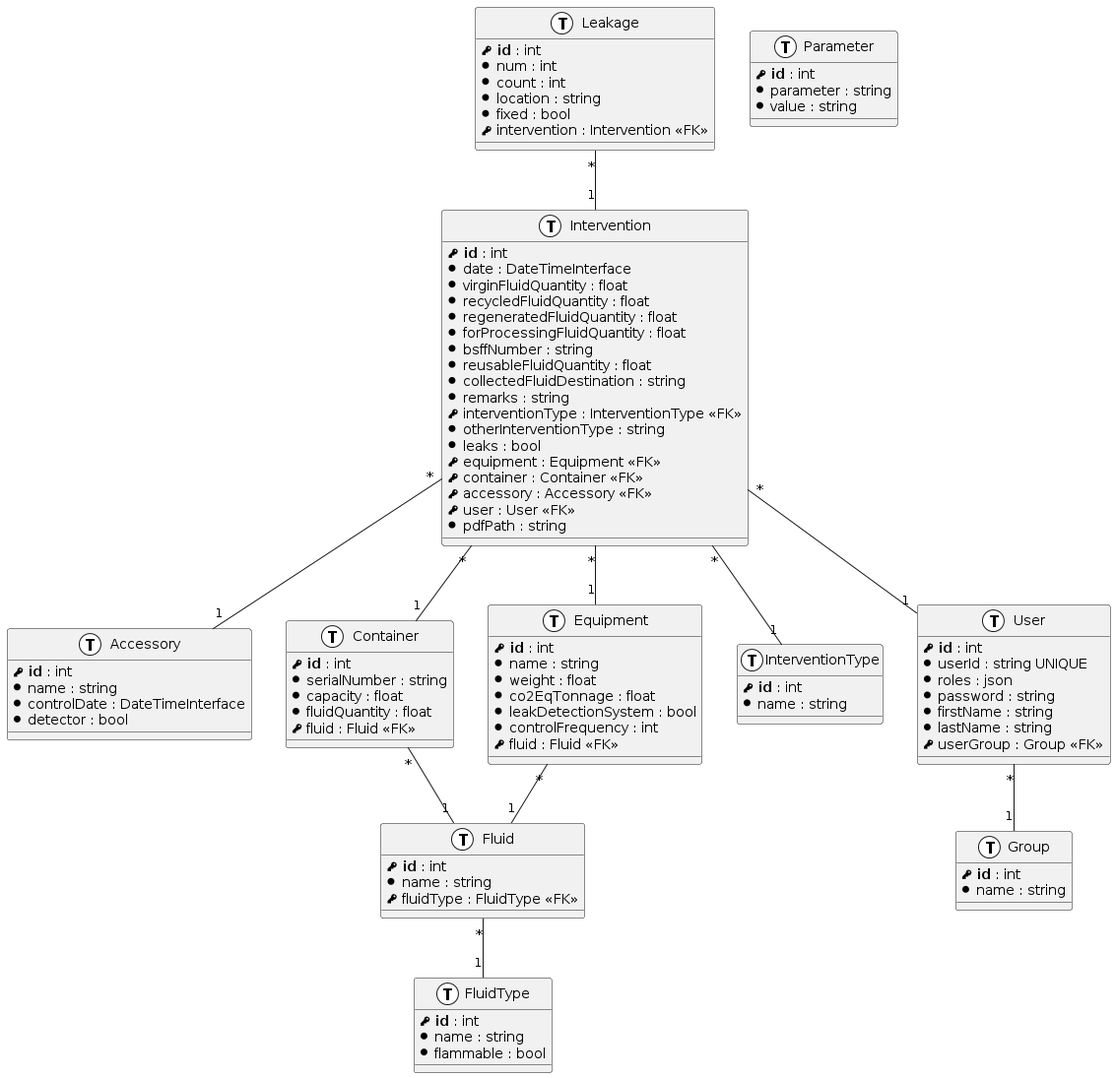
teegre/symplant keeps this PlantUML diagram as example.png. Above is the earlier version.
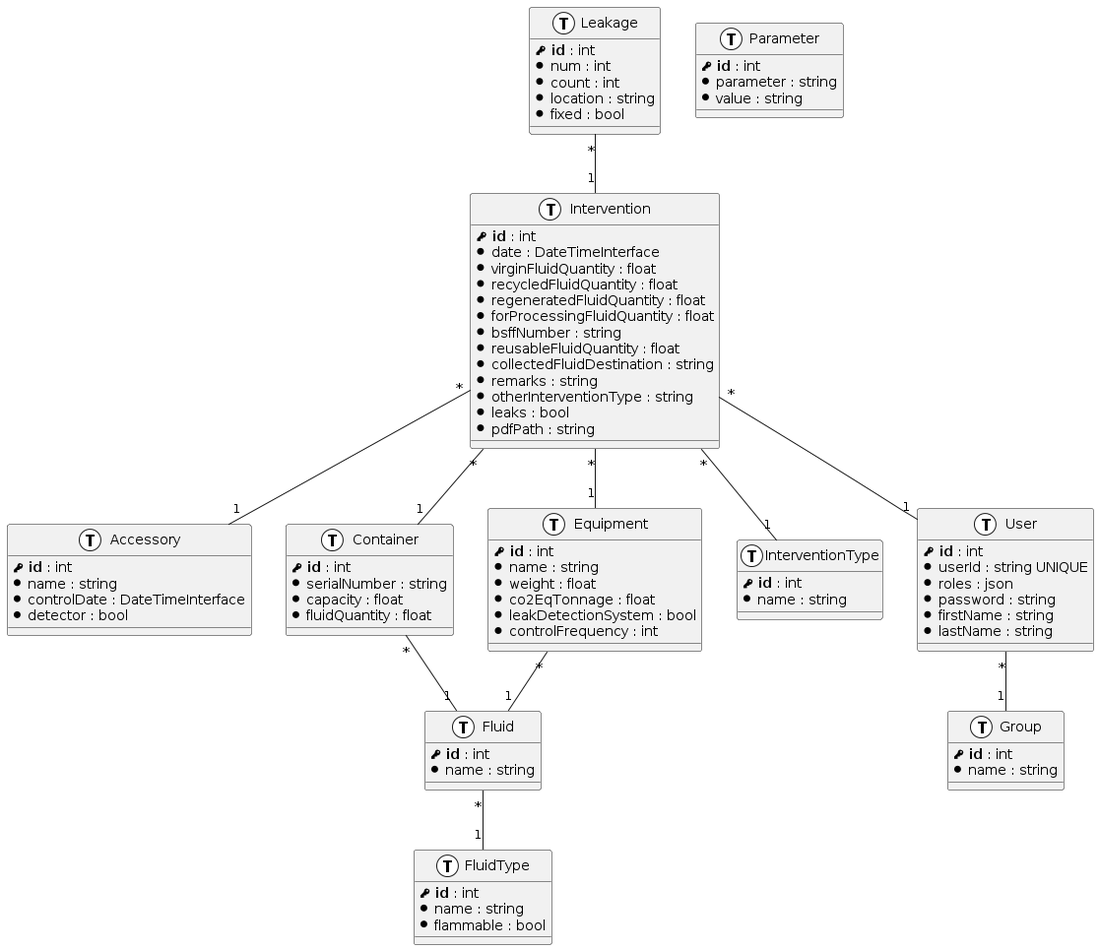
After the commit.

The edit, as a diff of the source:
```diff
@@ -3,7 +3,6 @@
 !define table(x) entity x << (T, white) >>
 !define primary_key(x) <b><&key> x</b>
 !define column(x) <&media-record> x
-!define foreign_key(x) <&key> x
 
 table( Accessory ) {
   primary_key( id ) : int
@@ -17,7 +16,6 @@
   column( serialNumber ) : string
   column( capacity ) : float
   column( fluidQuantity ) : float
-  foreign_key( fluid ) : Fluid <<FK>>
 }
 
 table( Equipment ) {
@@ -27,13 +25,11 @@
   column( co2EqTonnage ) : float
   column( leakDetectionSystem ) : bool
   column( controlFrequency ) : int
-  foreign_key( fluid ) : Fluid <<FK>>
 }
 
 table( Fluid ) {
   primary_key( id ) : int
   column( name ) : string
-  foreign_key( fluidType ) : FluidType <<FK>>
 }
 
 table( FluidType ) {
@@ -58,13 +54,8 @@
   column( reusableFluidQuantity ) : float
   column( collectedFluidDestination ) : string
   column( remarks ) : string
-  foreign_key( interventionType ) : InterventionType <<FK>>
   column( otherInterventionType ) : string
   column( leaks ) : bool
-  foreign_key( equipment ) : Equipment <<FK>>
-  foreign_key( container ) : Container <<FK>>
-  foreign_key( accessory ) : Accessory <<FK>>
-  foreign_key( user ) : User <<FK>>
   column( pdfPath ) : string
 }
 
@@ -79,7 +70,6 @@
   column( count ) : int
   column( location ) : string
   column( fixed ) : bool
-  foreign_key( intervention ) : Intervention <<FK>>
 }
 
 table( Parameter ) {
@@ -95,7 +85,6 @@
   column( password ) : string
   column( firstName ) : string
   column( lastName ) : string
-  foreign_key( userGroup ) : Group <<FK>>
 }
 
 Container "*" -- "1" Fluid
```
